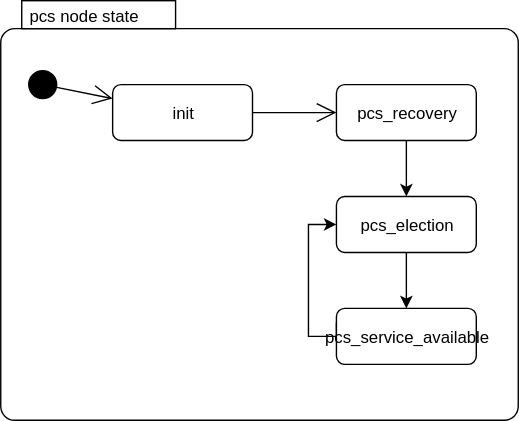
Earlier version of the draw.io export attachments/1670310960410.drawio.svg (simbahebinbo/smallfat.github.io). Source tidied: cells renumbered, new cells last; positions are measured from the earlier drawing's top-left corner, leaving out a move shared by most shapes.
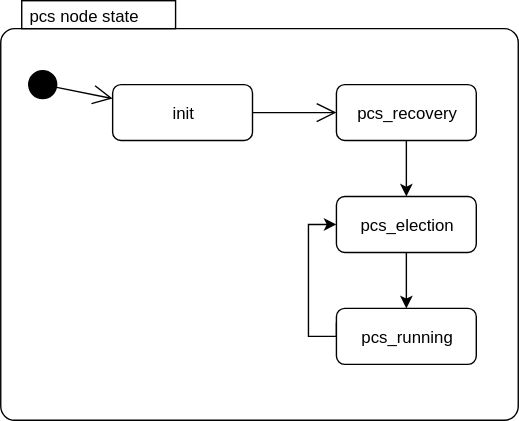
The same diagram one commit later.

Commit message:
添加附件 : attachments/1670310960410.drawio.svg

Diff of the diagram source:
```diff
@@ -38,7 +38,7 @@
         </Array>
       </mxGeometry>
     </mxCell>
-    <mxCell id="12" value="pcs_service_available" style="strokeColor=inherit;fillColor=inherit;gradientColor=inherit;shape=rect;html=1;rounded=1;whiteSpace=wrap;align=center;" parent="2" vertex="1">
+    <mxCell id="12" value="pcs_running" style="strokeColor=inherit;fillColor=inherit;gradientColor=inherit;shape=rect;html=1;rounded=1;whiteSpace=wrap;align=center;" parent="2" vertex="1">
       <mxGeometry x="240" y="220" width="100" height="40" as="geometry" />
     </mxCell>
   </root>
```
